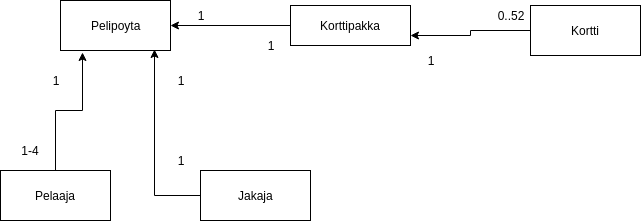
Above: dokumentaatio/luokkakaavio.png in MMMorsky/blackjackprojekti (draw.io), before the change. Source tidied: cells renumbered, new cells last; positions are measured from the earlier drawing's top-left corner, leaving out a move shared by most shapes.
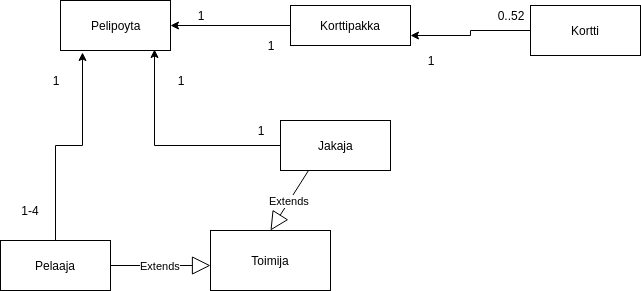
After the change.

Commit message:
uusi luokkakaavio

What changed in the source:
```diff
@@ -21,16 +21,16 @@
       <mxGeometry relative="1" as="geometry" />
     </mxCell>
     <mxCell id="8" value="Pelaaja" style="html=1;" parent="1" vertex="1">
-      <mxGeometry y="170" width="110" height="50" as="geometry" />
+      <mxGeometry y="240" width="110" height="50" as="geometry" />
     </mxCell>
     <mxCell id="9" style="edgeStyle=orthogonalEdgeStyle;rounded=0;html=1;entryX=0.855;entryY=0.98;entryPerimeter=0;jettySize=auto;" parent="1" edge="1" source="10" target="2">
       <mxGeometry relative="1" as="geometry" />
     </mxCell>
     <mxCell id="10" value="Jakaja" style="html=1;" parent="1" vertex="1">
-      <mxGeometry x="200" y="170" width="110" height="50" as="geometry" />
+      <mxGeometry x="280" y="120" width="110" height="50" as="geometry" />
     </mxCell>
     <mxCell id="11" value="1-4" style="text;html=1;strokeColor=none;fillColor=none;align=center;verticalAlign=middle;whiteSpace=wrap;" parent="1" vertex="1">
-      <mxGeometry x="10" y="140" width="40" height="20" as="geometry" />
+      <mxGeometry x="10" y="200" width="40" height="20" as="geometry" />
     </mxCell>
     <mxCell id="12" value="1" style="text;html=1;strokeColor=none;fillColor=none;align=center;verticalAlign=middle;whiteSpace=wrap;" parent="1" vertex="1">
       <mxGeometry x="35" y="70" width="40" height="20" as="geometry" />
@@ -39,7 +39,7 @@
       <mxGeometry x="160" y="70" width="40" height="20" as="geometry" />
     </mxCell>
     <mxCell id="14" value="1" style="text;html=1;strokeColor=none;fillColor=none;align=center;verticalAlign=middle;whiteSpace=wrap;" parent="1" vertex="1">
-      <mxGeometry x="160" y="150" width="40" height="20" as="geometry" />
+      <mxGeometry x="240" y="120" width="40" height="20" as="geometry" />
     </mxCell>
     <mxCell id="15" value="1" style="text;html=1;strokeColor=none;fillColor=none;align=center;verticalAlign=middle;whiteSpace=wrap;" parent="1" vertex="1">
       <mxGeometry x="180" y="5" width="40" height="20" as="geometry" />
@@ -53,5 +53,16 @@
     <mxCell id="18" value="0..52" style="text;html=1;strokeColor=none;fillColor=none;align=center;verticalAlign=middle;whiteSpace=wrap;" parent="1" vertex="1">
       <mxGeometry x="490" y="5" width="40" height="20" as="geometry" />
     </mxCell>
+    <mxCell id="19" value="Toimija" style="whiteSpace=wrap;html=1;" parent="1" vertex="1">
+      <mxGeometry x="210" y="230" width="120" height="60" as="geometry" />
+    </mxCell>
+    <mxCell id="20" value="Extends" style="endArrow=block;endSize=16;endFill=0;html=1;exitX=1;exitY=0.5;" parent="1" edge="1" source="8">
+      <mxGeometry relative="1" as="geometry">
+        <mxPoint x="210" y="265" as="targetPoint" />
+      </mxGeometry>
+    </mxCell>
+    <mxCell id="21" value="Extends" style="endArrow=block;endSize=16;endFill=0;html=1;exitX=0.25;exitY=1;entryX=0.5;entryY=0;" parent="1" edge="1" source="10" target="19">
+      <mxGeometry relative="1" as="geometry" />
+    </mxCell>
   </root>
 </mxGraphModel>
```
